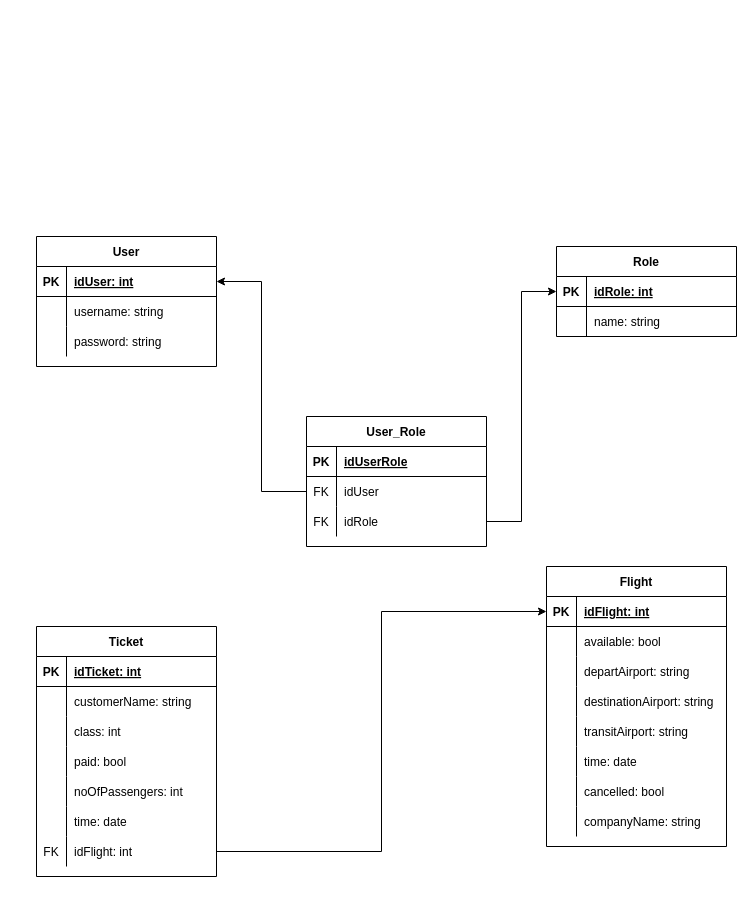
TaiTNguyen2000/DOAN1 keeps this draw.io diagram as csdl.drawio. Above is the earlier version. Source tidied: cells renumbered, new cells numbered last; positions are measured from the earlier drawing's top-left corner, leaving out a move shared by most shapes. Both pictures are drawn from the tidied source at 100%, with x=0, y=0 at pixel (36, 236).
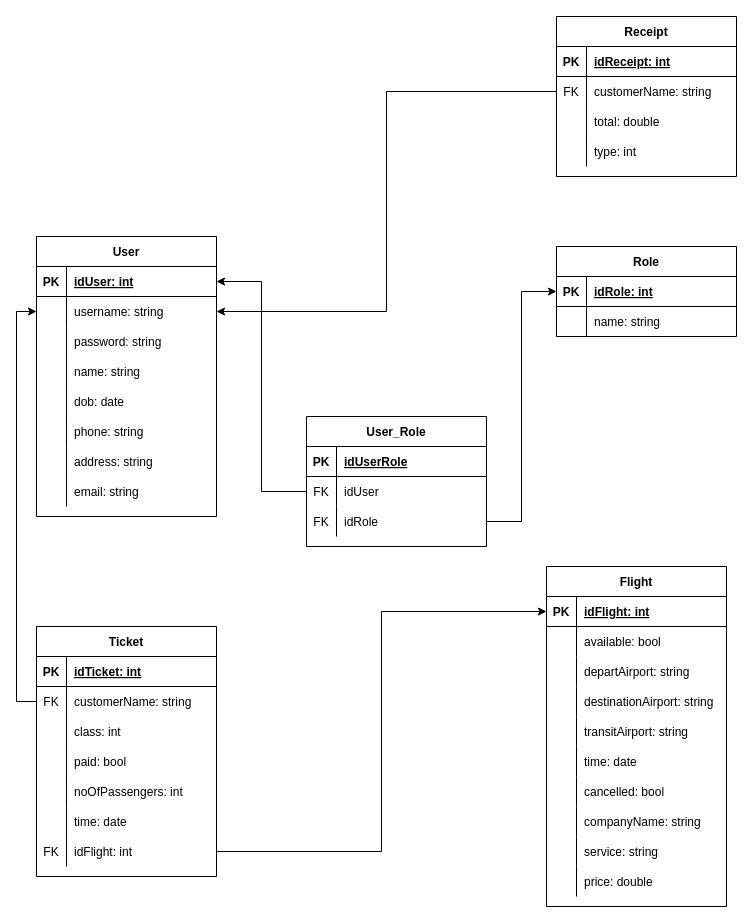
The same page after the edit.

The change refers to these unchanged cells:
```xml
<mxCell id="6" style="shape=partialRectangle;fillColor=none;top=0;left=0;bottom=0;right=0;points=[[0,0.5],[1,0.5]];portConstraint=eastwest;" parent="2" vertex="1">
  <mxGeometry y="60" width="180" height="30" as="geometry" />
</mxCell>
<mxCell id="23" style="shape=partialRectangle;fillColor=none;top=0;left=0;bottom=0;right=0;points=[[0,0.5],[1,0.5]];portConstraint=eastwest;" parent="19" vertex="1">
  <mxGeometry y="60" width="180" height="30" as="geometry" />
</mxCell>
```

What changed in the source:
```diff
@@
     <mxCell id="2" value="User" style="shape=table;startSize=30;childLayout=tableLayout;rowLines=0;fontStyle=1;align=center;" parent="1" vertex="1">
-      <mxGeometry width="180" height="130" as="geometry" />
+      <mxGeometry width="180" height="280" as="geometry" />
     </mxCell>
@@
+    <mxCell id="79" style="shape=partialRectangle;fillColor=none;top=0;left=0;bottom=0;right=0;" parent="2" vertex="1">
+      <mxGeometry y="120" width="180" height="30" as="geometry" />
+    </mxCell>
+    <mxCell id="80" style="shape=partialRectangle;fillColor=none;top=0;left=0;bottom=0;right=0;overflow=hidden;" parent="79" vertex="1">
+      <mxGeometry width="30" height="30" as="geometry" />
+    </mxCell>
+    <mxCell id="81" value="name: string" style="shape=partialRectangle;fillColor=none;top=0;left=0;bottom=0;right=0;align=left;spacingLeft=6;overflow=hidden;" parent="79" vertex="1">
+      <mxGeometry x="30" width="150" height="30" as="geometry" />
+    </mxCell>
+    <mxCell id="82" style="shape=partialRectangle;fillColor=none;top=0;left=0;bottom=0;right=0;" parent="2" vertex="1">
+      <mxGeometry y="150" width="180" height="30" as="geometry" />
+    </mxCell>
+    <mxCell id="83" style="shape=partialRectangle;fillColor=none;top=0;left=0;bottom=0;right=0;overflow=hidden;" parent="82" vertex="1">
+      <mxGeometry width="30" height="30" as="geometry" />
+    </mxCell>
+    <mxCell id="84" value="dob: date" style="shape=partialRectangle;fillColor=none;top=0;left=0;bottom=0;right=0;align=left;spacingLeft=6;overflow=hidden;" parent="82" vertex="1">
+      <mxGeometry x="30" width="150" height="30" as="geometry" />
+    </mxCell>
+    <mxCell id="85" style="shape=partialRectangle;fillColor=none;top=0;left=0;bottom=0;right=0;" parent="2" vertex="1">
+      <mxGeometry y="180" width="180" height="30" as="geometry" />
+    </mxCell>
+    <mxCell id="86" style="shape=partialRectangle;fillColor=none;top=0;left=0;bottom=0;right=0;overflow=hidden;" parent="85" vertex="1">
+      <mxGeometry width="30" height="30" as="geometry" />
+    </mxCell>
+    <mxCell id="87" value="phone: string" style="shape=partialRectangle;fillColor=none;top=0;left=0;bottom=0;right=0;align=left;spacingLeft=6;overflow=hidden;" parent="85" vertex="1">
+      <mxGeometry x="30" width="150" height="30" as="geometry" />
+    </mxCell>
+    <mxCell id="88" style="shape=partialRectangle;fillColor=none;top=0;left=0;bottom=0;right=0;" parent="2" vertex="1">
+      <mxGeometry y="210" width="180" height="30" as="geometry" />
+    </mxCell>
+    <mxCell id="89" style="shape=partialRectangle;fillColor=none;top=0;left=0;bottom=0;right=0;overflow=hidden;" parent="88" vertex="1">
+      <mxGeometry width="30" height="30" as="geometry" />
+    </mxCell>
+    <mxCell id="90" value="address: string" style="shape=partialRectangle;fillColor=none;top=0;left=0;bottom=0;right=0;align=left;spacingLeft=6;overflow=hidden;" parent="88" vertex="1">
+      <mxGeometry x="30" width="150" height="30" as="geometry" />
+    </mxCell>
+    <mxCell id="91" style="shape=partialRectangle;fillColor=none;top=0;left=0;bottom=0;right=0;" parent="2" vertex="1">
+      <mxGeometry y="240" width="180" height="30" as="geometry" />
+    </mxCell>
+    <mxCell id="92" style="shape=partialRectangle;fillColor=none;top=0;left=0;bottom=0;right=0;overflow=hidden;" parent="91" vertex="1">
+      <mxGeometry width="30" height="30" as="geometry" />
+    </mxCell>
+    <mxCell id="93" value="email: string" style="shape=partialRectangle;fillColor=none;top=0;left=0;bottom=0;right=0;align=left;spacingLeft=6;overflow=hidden;" parent="91" vertex="1">
+      <mxGeometry x="30" width="150" height="30" as="geometry" />
+    </mxCell>
@@
-    <mxCell id="24" style="shape=partialRectangle;fillColor=none;top=0;left=0;bottom=0;right=0;overflow=hidden;" parent="23" vertex="1">
+    <mxCell id="24" value="FK" style="shape=partialRectangle;fillColor=none;top=0;left=0;bottom=0;right=0;overflow=hidden;" parent="23" vertex="1">
       <mxGeometry width="30" height="30" as="geometry" />
     </mxCell>
@@
     <mxCell id="41" value="Flight" style="shape=table;startSize=30;childLayout=tableLayout;rowLines=0;fontStyle=1;align=center;" parent="1" vertex="1">
-      <mxGeometry x="510" y="330" width="180" height="280" as="geometry" />
+      <mxGeometry x="510" y="330" width="180" height="340" as="geometry" />
     </mxCell>
@@
+    <mxCell id="94" style="shape=partialRectangle;fillColor=none;top=0;left=0;bottom=0;right=0;" parent="41" vertex="1">
+      <mxGeometry y="270" width="180" height="30" as="geometry" />
+    </mxCell>
+    <mxCell id="95" style="shape=partialRectangle;fillColor=none;top=0;left=0;bottom=0;right=0;overflow=hidden;" parent="94" vertex="1">
+      <mxGeometry width="30" height="30" as="geometry" />
+    </mxCell>
+    <mxCell id="96" value="service: string" style="shape=partialRectangle;fillColor=none;top=0;left=0;bottom=0;right=0;align=left;spacingLeft=6;overflow=hidden;" parent="94" vertex="1">
+      <mxGeometry x="30" width="150" height="30" as="geometry" />
+    </mxCell>
+    <mxCell id="97" style="shape=partialRectangle;fillColor=none;top=0;left=0;bottom=0;right=0;" parent="41" vertex="1">
+      <mxGeometry y="300" width="180" height="30" as="geometry" />
+    </mxCell>
+    <mxCell id="98" style="shape=partialRectangle;fillColor=none;top=0;left=0;bottom=0;right=0;overflow=hidden;" parent="97" vertex="1">
+      <mxGeometry width="30" height="30" as="geometry" />
+    </mxCell>
+    <mxCell id="99" value="price: double" style="shape=partialRectangle;fillColor=none;top=0;left=0;bottom=0;right=0;align=left;spacingLeft=6;overflow=hidden;" parent="97" vertex="1">
+      <mxGeometry x="30" width="150" height="30" as="geometry" />
+    </mxCell>
@@
+    <mxCell id="100" style="edgeStyle=orthogonalEdgeStyle;rounded=0;jettySize=auto;html=1;entryX=0;entryY=0.5;entryDx=0;entryDy=0;exitX=0;exitY=0.5;exitDx=0;exitDy=0;" parent="1" edge="1" source="23" target="6">
+      <mxGeometry relative="1" as="geometry" />
+    </mxCell>
+    <mxCell id="101" value="Receipt" style="shape=table;startSize=30;childLayout=tableLayout;rowLines=0;fontStyle=1;align=center;" parent="1" vertex="1">
+      <mxGeometry x="520" y="-220" width="180" height="160" as="geometry" />
+    </mxCell>
+    <mxCell id="102" style="shape=partialRectangle;fillColor=none;top=0;left=0;bottom=1;right=0;" parent="101" vertex="1">
+      <mxGeometry y="30" width="180" height="30" as="geometry" />
+    </mxCell>
+    <mxCell id="103" value="PK" style="shape=partialRectangle;fillColor=none;top=0;left=0;bottom=0;right=0;fontStyle=1;overflow=hidden;" parent="102" vertex="1">
+      <mxGeometry width="30" height="30" as="geometry" />
+    </mxCell>
+    <mxCell id="104" value="idReceipt: int" style="shape=partialRectangle;fillColor=none;top=0;left=0;bottom=0;right=0;align=left;spacingLeft=6;fontStyle=5;overflow=hidden;" parent="102" vertex="1">
+      <mxGeometry x="30" width="150" height="30" as="geometry" />
+    </mxCell>
+    <mxCell id="105" style="shape=partialRectangle;fillColor=none;top=0;left=0;bottom=0;right=0;points=[[0,0.5],[1,0.5]];portConstraint=eastwest;" parent="101" vertex="1">
+      <mxGeometry y="60" width="180" height="30" as="geometry" />
+    </mxCell>
+    <mxCell id="106" value="FK" style="shape=partialRectangle;fillColor=none;top=0;left=0;bottom=0;right=0;overflow=hidden;" parent="105" vertex="1">
+      <mxGeometry width="30" height="30" as="geometry" />
+    </mxCell>
+    <mxCell id="107" value="customerName: string" style="shape=partialRectangle;fillColor=none;top=0;left=0;bottom=0;right=0;align=left;spacingLeft=6;overflow=hidden;" parent="105" vertex="1">
+      <mxGeometry x="30" width="150" height="30" as="geometry" />
+    </mxCell>
+    <mxCell id="108" style="shape=partialRectangle;fillColor=none;top=0;left=0;bottom=0;right=0;" parent="101" vertex="1">
+      <mxGeometry y="90" width="180" height="30" as="geometry" />
+    </mxCell>
+    <mxCell id="109" style="shape=partialRectangle;fillColor=none;top=0;left=0;bottom=0;right=0;overflow=hidden;" parent="108" vertex="1">
+      <mxGeometry width="30" height="30" as="geometry" />
+    </mxCell>
+    <mxCell id="110" value="total: double" style="shape=partialRectangle;fillColor=none;top=0;left=0;bottom=0;right=0;align=left;spacingLeft=6;overflow=hidden;" parent="108" vertex="1">
+      <mxGeometry x="30" width="150" height="30" as="geometry" />
+    </mxCell>
+    <mxCell id="111" style="shape=partialRectangle;fillColor=none;top=0;left=0;bottom=0;right=0;" parent="101" vertex="1">
+      <mxGeometry y="120" width="180" height="30" as="geometry" />
+    </mxCell>
+    <mxCell id="112" style="shape=partialRectangle;fillColor=none;top=0;left=0;bottom=0;right=0;overflow=hidden;" parent="111" vertex="1">
+      <mxGeometry width="30" height="30" as="geometry" />
+    </mxCell>
+    <mxCell id="113" value="type: int" style="shape=partialRectangle;fillColor=none;top=0;left=0;bottom=0;right=0;align=left;spacingLeft=6;overflow=hidden;" parent="111" vertex="1">
+      <mxGeometry x="30" width="150" height="30" as="geometry" />
+    </mxCell>
+    <mxCell id="114" style="edgeStyle=orthogonalEdgeStyle;rounded=0;jettySize=auto;html=1;exitX=0;exitY=0.5;exitDx=0;exitDy=0;entryX=1;entryY=0.5;entryDx=0;entryDy=0;" parent="1" edge="1" source="105" target="6">
+      <mxGeometry relative="1" as="geometry" />
+    </mxCell>
```
